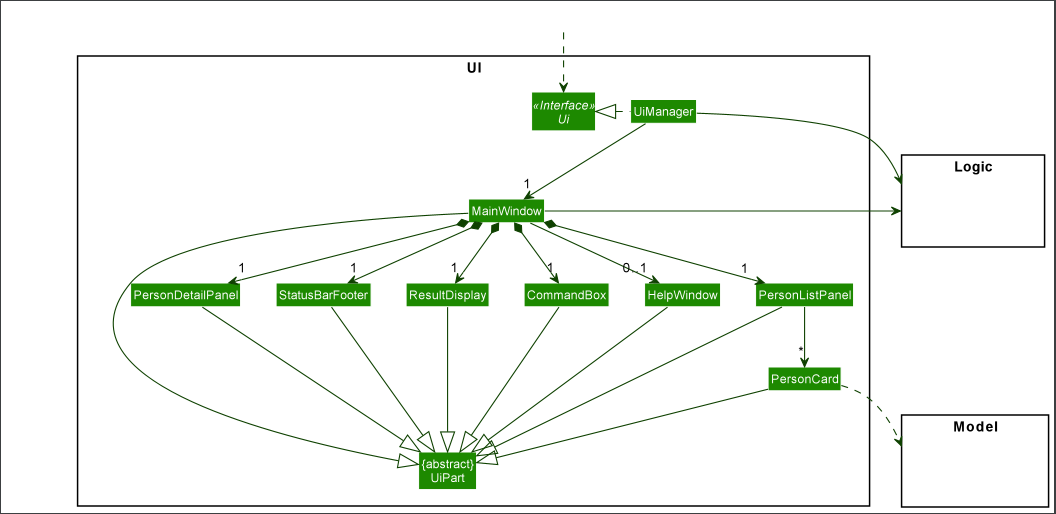
Earlier version of the PlantUML export docs/images/UiClassDiagram.png (yunpeng1234/tp). Its source is kept beside it as docs/diagrams/UiClassDiagram.puml.
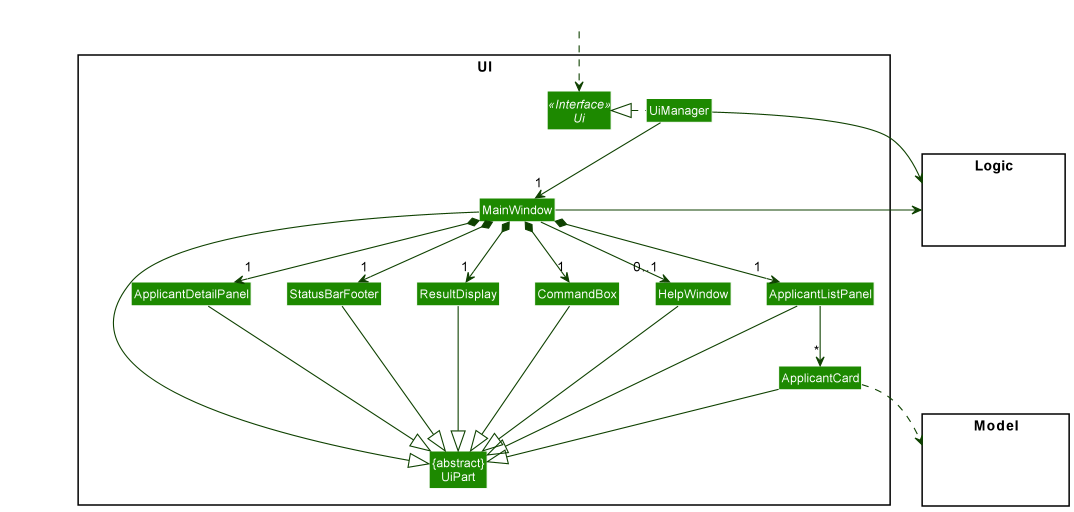
The same file after the commit.

Commit message:
Refactor Ui classes into Applicant + DG diagram update

Change to the diagram source:
```diff
@@ -11,11 +11,11 @@
 Class MainWindow
 Class HelpWindow
 Class ResultDisplay
-Class PersonListPanel
-Class PersonCard
+Class ApplicantListPanel
+Class ApplicantCard
 Class StatusBarFooter
 Class CommandBox
-Class PersonDetailPanel
+Class ApplicantDetailPanel
 }
 
 package Model <<Rectangle>> {
@@ -33,32 +33,32 @@
 UiManager -down-> "1" MainWindow
 MainWindow *-down->  "1" CommandBox
 MainWindow *-down-> "1" ResultDisplay
-MainWindow *-down-> "1" PersonDetailPanel
-MainWindow *-down-> "1" PersonListPanel
+MainWindow *-down-> "1" ApplicantDetailPanel
+MainWindow *-down-> "1" ApplicantListPanel
 MainWindow *-down-> "1" StatusBarFooter
 MainWindow --> "0..1" HelpWindow
 
-PersonListPanel -down-> "*" PersonCard
+ApplicantListPanel -down-> "*" ApplicantCard
 
 MainWindow -left-|> UiPart
 
 ResultDisplay --|> UiPart
 CommandBox --|> UiPart
-PersonListPanel --|> UiPart
-PersonCard --|> UiPart
+ApplicantListPanel --|> UiPart
+ApplicantCard --|> UiPart
 StatusBarFooter --|> UiPart
 HelpWindow --|> UiPart
-PersonDetailPanel --|> UiPart
+ApplicantDetailPanel --|> UiPart
 
-PersonCard ..> Model
+ApplicantCard ..> Model
 UiManager -right-> Logic
 MainWindow -left-> Logic
 
-PersonListPanel -[hidden]left- HelpWindow
+ApplicantListPanel -[hidden]left- HelpWindow
 HelpWindow -[hidden]left- CommandBox
 CommandBox -[hidden]left- ResultDisplay
 ResultDisplay -[hidden]left- StatusBarFooter
-StatusBarFooter -[hidden]left- PersonDetailPanel
+StatusBarFooter -[hidden]left- ApplicantDetailPanel
 
 MainWindow -[hidden]-|> UiPart
 @enduml
```
